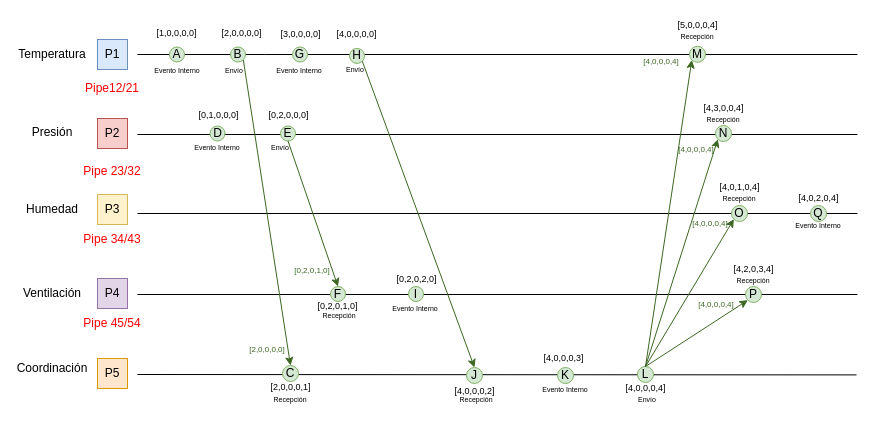
Above: doc/SD_Escenario_PF.drawio in percivalespi/SD_Proyecto_Final (draw.io), before the change. Source tidied: cells renumbered, new cells numbered last; positions are measured from the earlier drawing's top-left corner, leaving out a move shared by most shapes. Both pictures are drawn from the tidied source at 100%, with x=0, y=0 at pixel (22, 16).
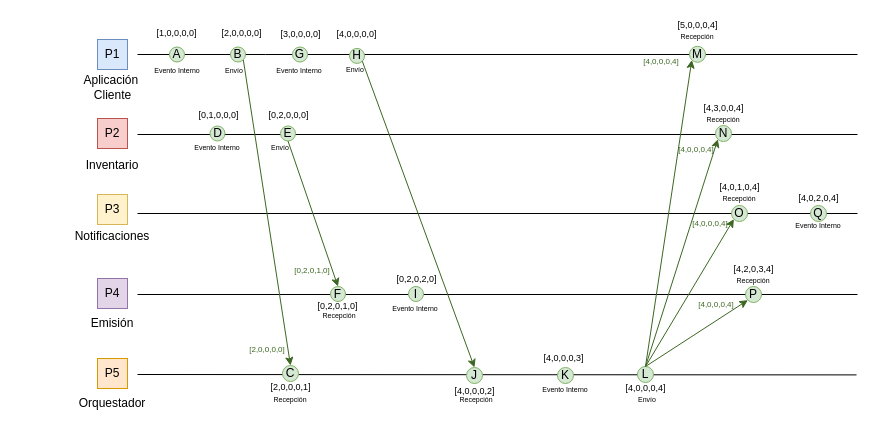
Above is the later version.

Change to the diagram source:
```diff
@@
-    <mxCell id="12" value="&lt;font color=&quot;#fc0000&quot;&gt;Pipe12/21&lt;/font&gt;" style="text;html=1;whiteSpace=wrap;strokeColor=none;fillColor=none;align=center;verticalAlign=middle;rounded=0;" parent="1" vertex="1">
-      <mxGeometry x="60" y="56.5" width="60" height="30" as="geometry" />
-    </mxCell>
-    <mxCell id="13" value="&lt;font color=&quot;#fc0000&quot;&gt;Pipe 23/32&lt;/font&gt;" style="text;html=1;whiteSpace=wrap;strokeColor=none;fillColor=none;align=center;verticalAlign=middle;rounded=0;" parent="1" vertex="1">
-      <mxGeometry x="60" y="139.5" width="60" height="30" as="geometry" />
-    </mxCell>
-    <mxCell id="14" value="&lt;font color=&quot;#fc0000&quot;&gt;Pipe 34/43&lt;/font&gt;" style="text;html=1;whiteSpace=wrap;strokeColor=none;fillColor=none;align=center;verticalAlign=middle;rounded=0;" parent="1" vertex="1">
-      <mxGeometry x="60" y="208" width="60" height="30" as="geometry" />
-    </mxCell>
-    <mxCell id="15" value="&lt;font color=&quot;#fc0000&quot;&gt;Pipe 45/54&lt;/font&gt;" style="text;html=1;whiteSpace=wrap;strokeColor=none;fillColor=none;align=center;verticalAlign=middle;rounded=0;" parent="1" vertex="1">
-      <mxGeometry x="60" y="292" width="60" height="30" as="geometry" />
-    </mxCell>
@@
-    <mxCell id="21" value="Temperatura" style="text;html=1;whiteSpace=wrap;strokeColor=none;fillColor=none;align=center;verticalAlign=middle;rounded=0;" parent="1" vertex="1">
-      <mxGeometry y="23" width="60" height="30" as="geometry" />
+    <mxCell id="21" value="Aplicación&amp;nbsp;&lt;div&gt;Cliente&lt;/div&gt;" style="text;html=1;whiteSpace=wrap;strokeColor=none;fillColor=none;align=center;verticalAlign=middle;rounded=0;" parent="1" vertex="1">
+      <mxGeometry x="32.5" y="55.8" width="115" height="30" as="geometry" />
     </mxCell>
-    <mxCell id="22" value="Presión" style="text;html=1;whiteSpace=wrap;strokeColor=none;fillColor=none;align=center;verticalAlign=middle;rounded=0;" parent="1" vertex="1">
-      <mxGeometry y="101" width="60" height="30" as="geometry" />
+    <mxCell id="22" value="Inventario" style="text;html=1;whiteSpace=wrap;strokeColor=none;fillColor=none;align=center;verticalAlign=middle;rounded=0;" parent="1" vertex="1">
+      <mxGeometry x="60" y="134" width="60" height="30" as="geometry" />
     </mxCell>
-    <mxCell id="23" value="Humedad" style="text;html=1;whiteSpace=wrap;strokeColor=none;fillColor=none;align=center;verticalAlign=middle;rounded=0;" parent="1" vertex="1">
-      <mxGeometry y="178" width="60" height="30" as="geometry" />
+    <mxCell id="23" value="Notificaciones" style="text;html=1;whiteSpace=wrap;strokeColor=none;fillColor=none;align=center;verticalAlign=middle;rounded=0;" parent="1" vertex="1">
+      <mxGeometry x="60" y="205" width="60" height="30" as="geometry" />
     </mxCell>
-    <mxCell id="24" value="Ventilación" style="text;html=1;whiteSpace=wrap;strokeColor=none;fillColor=none;align=center;verticalAlign=middle;rounded=0;" parent="1" vertex="1">
-      <mxGeometry y="262" width="60" height="30" as="geometry" />
+    <mxCell id="24" value="Emisión" style="text;html=1;whiteSpace=wrap;strokeColor=none;fillColor=none;align=center;verticalAlign=middle;rounded=0;" parent="1" vertex="1">
+      <mxGeometry x="60" y="292" width="60" height="30" as="geometry" />
     </mxCell>
-    <mxCell id="25" value="Coordinación" style="text;html=1;whiteSpace=wrap;strokeColor=none;fillColor=none;align=center;verticalAlign=middle;rounded=0;" parent="1" vertex="1">
-      <mxGeometry y="337" width="60" height="30" as="geometry" />
+    <mxCell id="25" value="Orquestador" style="text;html=1;whiteSpace=wrap;strokeColor=none;fillColor=none;align=center;verticalAlign=middle;rounded=0;" parent="1" vertex="1">
+      <mxGeometry x="60" y="372" width="60" height="30" as="geometry" />
     </mxCell>
```
